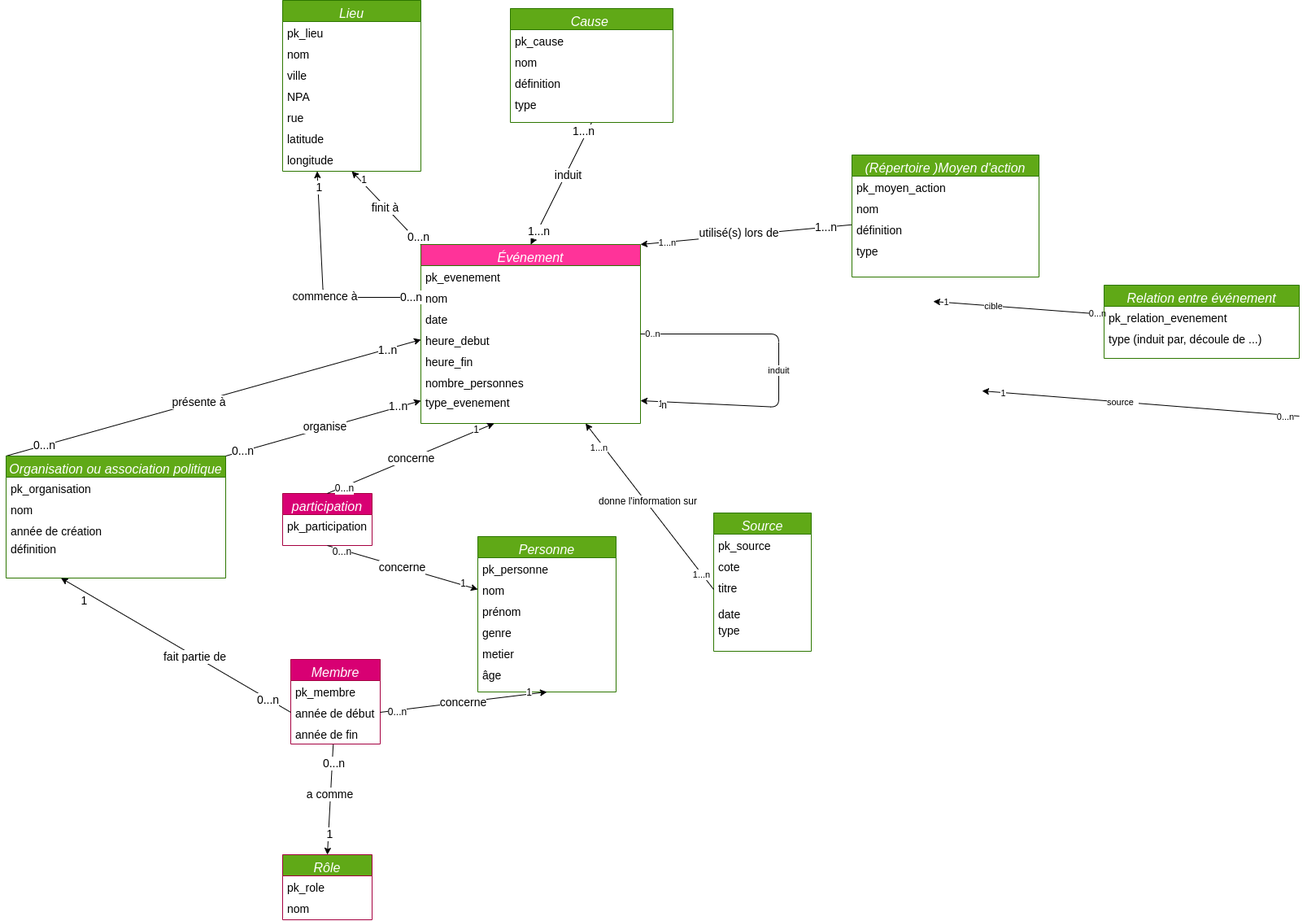
Before: MDC/MDC.png, a diagram exported from draw.io (AliaBrah/memoire_manifestations). Source tidied: cells renumbered, new cells last; positions are measured from the earlier drawing's top-left corner, leaving out a move shared by most shapes.
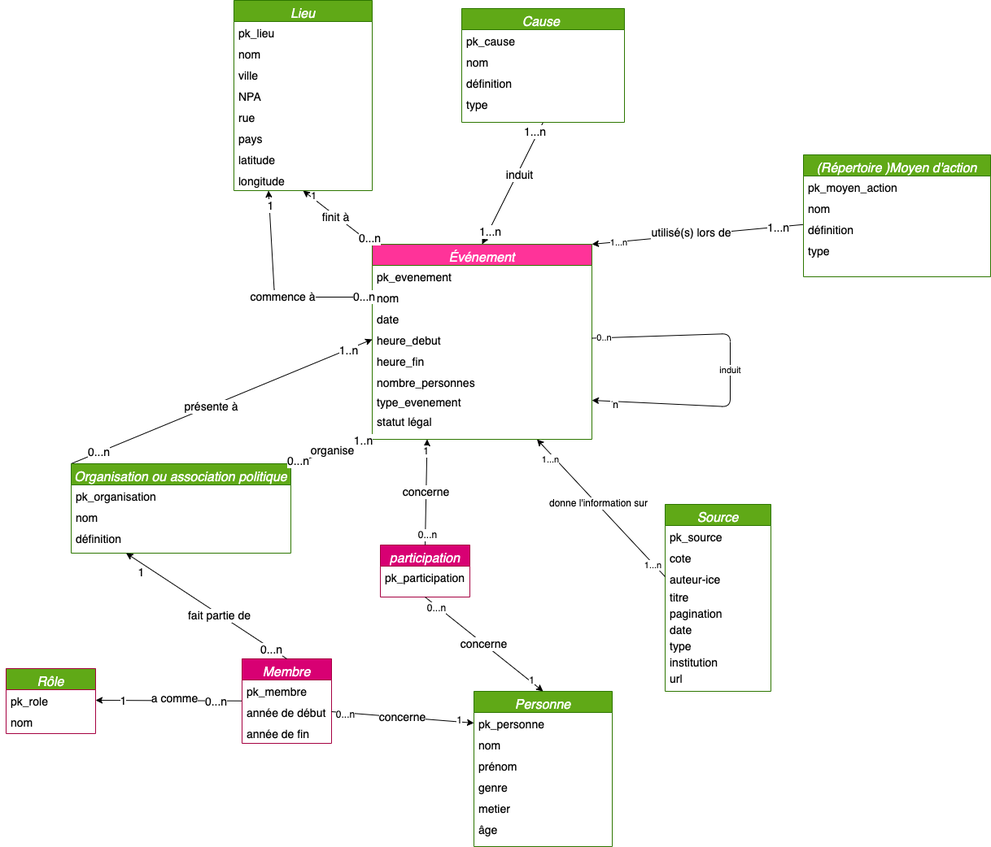
After the commit.

The edit, as a diff of the source:
```diff
@@ -3,7 +3,7 @@
     <mxCell id="0" />
     <mxCell id="1" parent="0" />
     <mxCell id="2" value="Événement" style="swimlane;fontStyle=2;align=center;verticalAlign=top;horizontal=1;startSize=26;rounded=0;shadow=0;strokeWidth=1;fillColor=#FF3399;fontColor=#ffffff;strokeColor=#2D7600;fontSize=16;" parent="1" vertex="1">
-      <mxGeometry x="510" y="300" width="270" height="220" as="geometry" />
+      <mxGeometry x="510" y="300" width="270" height="240" as="geometry" />
     </mxCell>
     <mxCell id="3" value="pk_evenement" style="text;align=left;verticalAlign=top;spacingLeft=4;spacingRight=4;overflow=hidden;fontSize=14;" parent="2" vertex="1">
       <mxGeometry y="26" width="270" height="26" as="geometry" />
@@ -46,6 +46,9 @@
     <mxCell id="14" value="&lt;font style=&quot;font-size: 12px;&quot;&gt;n&lt;/font&gt;" style="edgeLabel;html=1;align=center;verticalAlign=middle;" parent="10" vertex="1">
       <mxGeometry x="0.87" y="4" relative="1" as="geometry" />
     </mxCell>
+    <mxCell id="118" value="statut légal" style="text;align=left;verticalAlign=top;spacingLeft=4;spacingRight=4;overflow=hidden;fontSize=14;" parent="2" vertex="1">
+      <mxGeometry y="204" width="270" height="24" as="geometry" />
+    </mxCell>
     <mxCell id="15" value="&lt;font style=&quot;font-size: 14px;&quot;&gt;finit à&amp;nbsp;&lt;/font&gt;" style="edgeStyle=none;html=1;exitX=0;exitY=0;exitDx=0;exitDy=0;entryX=0.5;entryY=1;entryDx=0;entryDy=0;" parent="1" edge="1" source="2" target="22">
       <mxGeometry relative="1" as="geometry" />
     </mxCell>
@@ -76,7 +79,7 @@
       <mxGeometry x="0.86" y="-1" relative="1" as="geometry" />
     </mxCell>
     <mxCell id="22" value="Lieu" style="swimlane;fontStyle=2;align=center;verticalAlign=top;horizontal=1;startSize=26;rounded=0;shadow=0;strokeWidth=1;fillColor=#60a917;fontColor=#ffffff;strokeColor=#2D7600;fontSize=16;" parent="1" vertex="1">
-      <mxGeometry x="340" width="170" height="210" as="geometry" />
+      <mxGeometry x="340" width="170" height="234" as="geometry" />
     </mxCell>
     <mxCell id="23" value="pk_lieu" style="text;align=left;verticalAlign=top;spacingLeft=4;spacingRight=4;overflow=hidden;fontSize=14;" parent="22" vertex="1">
       <mxGeometry y="26" width="170" height="26" as="geometry" />
@@ -93,12 +96,15 @@
     <mxCell id="27" value="rue" style="text;align=left;verticalAlign=top;spacingLeft=4;spacingRight=4;overflow=hidden;fontSize=14;" parent="22" vertex="1">
       <mxGeometry y="130" width="170" height="26" as="geometry" />
     </mxCell>
-    <mxCell id="28" value="latitude" style="text;align=left;verticalAlign=top;spacingLeft=4;spacingRight=4;overflow=hidden;fontSize=14;" parent="22" vertex="1">
+    <mxCell id="28" value="pays" style="text;align=left;verticalAlign=top;spacingLeft=4;spacingRight=4;overflow=hidden;fontSize=14;" parent="22" vertex="1">
       <mxGeometry y="156" width="170" height="26" as="geometry" />
     </mxCell>
-    <mxCell id="29" value="longitude" style="text;align=left;verticalAlign=top;spacingLeft=4;spacingRight=4;overflow=hidden;fontSize=14;" parent="22" vertex="1">
+    <mxCell id="29" value="latitude" style="text;align=left;verticalAlign=top;spacingLeft=4;spacingRight=4;overflow=hidden;fontSize=14;" parent="22" vertex="1">
       <mxGeometry y="182" width="170" height="26" as="geometry" />
     </mxCell>
+    <mxCell id="119" value="longitude" style="text;align=left;verticalAlign=top;spacingLeft=4;spacingRight=4;overflow=hidden;fontSize=14;" parent="22" vertex="1">
+      <mxGeometry y="208" width="170" height="26" as="geometry" />
+    </mxCell>
     <mxCell id="30" style="edgeStyle=none;html=1;entryX=1;entryY=0;entryDx=0;entryDy=0;fontSize=14;" parent="1" edge="1" source="34" target="2">
       <mxGeometry relative="1" as="geometry" />
     </mxCell>
@@ -174,7 +180,7 @@
       <mxGeometry x="-0.07" relative="1" as="geometry" />
     </mxCell>
     <mxCell id="52" value="Organisation ou association politique" style="swimlane;fontStyle=2;align=center;verticalAlign=top;horizontal=1;startSize=26;rounded=0;shadow=0;strokeWidth=1;fillColor=#60a917;fontColor=#ffffff;strokeColor=#2D7600;fontSize=16;" parent="1" vertex="1">
-      <mxGeometry y="560" width="270" height="150" as="geometry" />
+      <mxGeometry x="140" y="570" width="270" height="110" as="geometry" />
     </mxCell>
     <mxCell id="53" value="pk_organisation" style="text;align=left;verticalAlign=top;spacingLeft=4;spacingRight=4;overflow=hidden;fontSize=14;" parent="52" vertex="1">
       <mxGeometry y="26" width="270" height="26" as="geometry" />
@@ -182,14 +188,11 @@
     <mxCell id="54" value="nom" style="text;align=left;verticalAlign=top;spacingLeft=4;spacingRight=4;overflow=hidden;rounded=0;shadow=0;html=0;fontSize=14;" parent="52" vertex="1">
       <mxGeometry y="52" width="270" height="26" as="geometry" />
     </mxCell>
-    <mxCell id="55" value="année de création" style="text;align=left;verticalAlign=top;spacingLeft=4;spacingRight=4;overflow=hidden;rounded=0;shadow=0;html=0;fontSize=14;" parent="52" vertex="1">
-      <mxGeometry y="78" width="270" height="22" as="geometry" />
-    </mxCell>
     <mxCell id="56" value="définition" style="text;align=left;verticalAlign=top;spacingLeft=4;spacingRight=4;overflow=hidden;rounded=0;shadow=0;html=0;fontSize=14;" parent="52" vertex="1">
-      <mxGeometry y="100" width="270" height="26" as="geometry" />
+      <mxGeometry y="78" width="270" height="26" as="geometry" />
     </mxCell>
     <mxCell id="57" value="Personne" style="swimlane;fontStyle=2;align=center;verticalAlign=top;horizontal=1;startSize=26;rounded=0;shadow=0;strokeWidth=1;fillColor=#60a917;fontColor=#ffffff;strokeColor=#2D7600;fontSize=16;" parent="1" vertex="1">
-      <mxGeometry x="580" y="659" width="170" height="191" as="geometry" />
+      <mxGeometry x="635" y="850" width="170" height="191" as="geometry" />
     </mxCell>
     <mxCell id="58" value="pk_personne" style="text;align=left;verticalAlign=top;spacingLeft=4;spacingRight=4;overflow=hidden;points=[[0,0.5],[1,0.5]];portConstraint=eastwest;fontSize=14;" parent="57" vertex="1">
       <mxGeometry y="26" width="170" height="26" as="geometry" />
@@ -209,7 +212,7 @@
     <mxCell id="63" value="âge" style="text;align=left;verticalAlign=top;spacingLeft=4;spacingRight=4;overflow=hidden;rounded=0;shadow=0;html=0;fontSize=14;" parent="57" vertex="1">
       <mxGeometry y="156" width="170" height="26" as="geometry" />
     </mxCell>
-    <mxCell id="64" style="edgeStyle=none;html=1;entryX=0.5;entryY=0;entryDx=0;entryDy=0;fontSize=14;" parent="1" edge="1" source="68" target="80">
+    <mxCell id="64" style="edgeStyle=none;html=1;entryX=1;entryY=0.5;entryDx=0;entryDy=0;fontSize=14;" parent="1" edge="1" source="68" target="81">
       <mxGeometry relative="1" as="geometry" />
     </mxCell>
     <mxCell id="65" value="0...n" style="edgeLabel;html=1;align=center;verticalAlign=middle;fontSize=14;" parent="64" vertex="1">
@@ -242,7 +245,7 @@
     <mxCell id="72" value="année de fin" style="text;align=left;verticalAlign=top;spacingLeft=4;spacingRight=4;overflow=hidden;rounded=0;shadow=0;html=0;fontSize=14;" parent="68" vertex="1">
       <mxGeometry y="78" width="110" height="26" as="geometry" />
     </mxCell>
-    <mxCell id="73" style="edgeStyle=none;html=1;exitX=0;exitY=0.5;exitDx=0;exitDy=0;fontSize=14;entryX=0.25;entryY=1;entryDx=0;entryDy=0;" parent="1" edge="1" source="70" target="52">
+    <mxCell id="73" style="edgeStyle=none;html=1;exitX=0.5;exitY=0;exitDx=0;exitDy=0;fontSize=14;entryX=0.25;entryY=1;entryDx=0;entryDy=0;" parent="1" edge="1" source="68" target="52">
       <mxGeometry relative="1" as="geometry" />
     </mxCell>
     <mxCell id="74" value="fait partie de" style="edgeLabel;html=1;align=center;verticalAlign=middle;fontSize=14;" parent="73" vertex="1">
@@ -256,7 +259,7 @@
     <mxCell id="76" value="0...n" style="edgeLabel;html=1;align=center;verticalAlign=middle;fontSize=14;" parent="73" vertex="1">
       <mxGeometry x="-0.8" y="1" relative="1" as="geometry" />
     </mxCell>
-    <mxCell id="77" value="concerne" style="edgeStyle=none;html=1;exitX=1;exitY=0.5;exitDx=0;exitDy=0;entryX=0.5;entryY=1;entryDx=0;entryDy=0;fontSize=14;" parent="1" edge="1" source="70" target="57">
+    <mxCell id="77" value="concerne" style="edgeStyle=none;html=1;exitX=1;exitY=0.5;exitDx=0;exitDy=0;entryX=0;entryY=0.5;entryDx=0;entryDy=0;fontSize=14;" parent="1" edge="1" source="70" target="58">
       <mxGeometry relative="1" as="geometry" />
     </mxCell>
     <mxCell id="78" value="1" style="edgeLabel;html=1;align=center;verticalAlign=middle;fontSize=12;" parent="77" vertex="1">
@@ -266,7 +269,7 @@
       <mxGeometry x="-0.81" y="-2" relative="1" as="geometry" />
     </mxCell>
     <mxCell id="80" value="Rôle" style="swimlane;fontStyle=2;align=center;verticalAlign=top;horizontal=1;startSize=26;rounded=0;shadow=0;strokeWidth=1;fillColor=#60A917;fontColor=#ffffff;strokeColor=#A50040;fontSize=16;" parent="1" vertex="1">
-      <mxGeometry x="340" y="1050" width="110" height="80" as="geometry" />
+      <mxGeometry x="60" y="822" width="110" height="80" as="geometry" />
     </mxCell>
     <mxCell id="81" value="pk_role" style="text;align=left;verticalAlign=top;spacingLeft=4;spacingRight=4;overflow=hidden;points=[[0,0.5],[1,0.5]];portConstraint=eastwest;fontSize=14;" parent="80" vertex="1">
       <mxGeometry y="26" width="110" height="26" as="geometry" />
@@ -278,23 +281,35 @@
       <mxGeometry relative="1" as="geometry" />
     </mxCell>
     <mxCell id="84" value="Source" style="swimlane;fontStyle=2;align=center;verticalAlign=top;horizontal=1;startSize=26;rounded=0;shadow=0;strokeWidth=1;fillColor=#60a917;fontColor=#ffffff;strokeColor=#2D7600;fontSize=16;" parent="1" vertex="1">
-      <mxGeometry x="870" y="630" width="120" height="170" as="geometry" />
+      <mxGeometry x="870" y="620" width="130" height="230" as="geometry" />
     </mxCell>
     <mxCell id="85" value="pk_source" style="text;align=left;verticalAlign=top;spacingLeft=4;spacingRight=4;overflow=hidden;rounded=0;shadow=0;html=0;fontSize=14;" parent="84" vertex="1">
-      <mxGeometry y="26" width="120" height="26" as="geometry" />
+      <mxGeometry y="26" width="130" height="26" as="geometry" />
     </mxCell>
     <mxCell id="86" value="cote" style="text;align=left;verticalAlign=top;spacingLeft=4;spacingRight=4;overflow=hidden;fontSize=14;" parent="84" vertex="1">
-      <mxGeometry y="52" width="120" height="26" as="geometry" />
+      <mxGeometry y="52" width="130" height="26" as="geometry" />
     </mxCell>
-    <mxCell id="87" value="titre" style="text;align=left;verticalAlign=top;spacingLeft=4;spacingRight=4;overflow=hidden;points=[[0,0.5],[1,0.5]];portConstraint=eastwest;fontSize=14;" parent="84" vertex="1">
-      <mxGeometry y="78" width="120" height="32" as="geometry" />
+    <mxCell id="87" value="auteur-ice" style="text;align=left;verticalAlign=top;spacingLeft=4;spacingRight=4;overflow=hidden;points=[[0,0.5],[1,0.5]];portConstraint=eastwest;fontSize=14;" parent="84" vertex="1">
+      <mxGeometry y="78" width="130" height="22" as="geometry" />
     </mxCell>
+    <mxCell id="120" value="titre" style="text;align=left;verticalAlign=top;spacingLeft=4;spacingRight=4;overflow=hidden;fontSize=14;" parent="84" vertex="1">
+      <mxGeometry y="100" width="130" height="20" as="geometry" />
+    </mxCell>
+    <mxCell id="89" value="pagination" style="text;align=left;verticalAlign=top;spacingLeft=4;spacingRight=4;overflow=hidden;fontSize=14;" parent="84" vertex="1">
+      <mxGeometry y="120" width="130" height="20" as="geometry" />
+    </mxCell>
     <mxCell id="88" value="date" style="text;align=left;verticalAlign=top;spacingLeft=4;spacingRight=4;overflow=hidden;fontSize=14;" parent="84" vertex="1">
-      <mxGeometry y="110" width="120" height="20" as="geometry" />
+      <mxGeometry y="140" width="130" height="20" as="geometry" />
     </mxCell>
-    <mxCell id="89" value="type" style="text;align=left;verticalAlign=top;spacingLeft=4;spacingRight=4;overflow=hidden;fontSize=14;" parent="84" vertex="1">
-      <mxGeometry y="130" width="120" height="20" as="geometry" />
-    </mxCell>
+    <mxCell id="121" value="type" style="text;align=left;verticalAlign=top;spacingLeft=4;spacingRight=4;overflow=hidden;fontSize=14;" parent="84" vertex="1">
+      <mxGeometry y="160" width="130" height="20" as="geometry" />
+    </mxCell>
+    <mxCell id="122" value="institution" style="text;align=left;verticalAlign=top;spacingLeft=4;spacingRight=4;overflow=hidden;fontSize=14;" parent="84" vertex="1">
+      <mxGeometry y="180" width="130" height="20" as="geometry" />
+    </mxCell>
+    <mxCell id="123" value="url" style="text;align=left;verticalAlign=top;spacingLeft=4;spacingRight=4;overflow=hidden;fontSize=14;" parent="84" vertex="1">
+      <mxGeometry y="200" width="130" height="20" as="geometry" />
+    </mxCell>
     <mxCell id="90" style="edgeStyle=none;html=1;entryX=0.75;entryY=1;entryDx=0;entryDy=0;exitX=0;exitY=0.5;exitDx=0;exitDy=0;" parent="1" edge="1" source="87" target="2">
       <mxGeometry relative="1" as="geometry" />
     </mxCell>
@@ -311,46 +326,8 @@
         <mxPoint x="1" as="offset" />
       </mxGeometry>
     </mxCell>
-    <mxCell id="94" style="edgeStyle=none;html=1;" parent="1" edge="1" source="98">
-      <mxGeometry relative="1" as="geometry">
-        <mxPoint x="1140" y="370" as="targetPoint" />
-      </mxGeometry>
-    </mxCell>
-    <mxCell id="95" value="cible" style="edgeLabel;html=1;align=center;verticalAlign=middle;" parent="94" vertex="1">
-      <mxGeometry x="0.3" relative="1" as="geometry" />
-    </mxCell>
-    <mxCell id="96" value="0...n" style="edgeLabel;html=1;align=center;verticalAlign=middle;" parent="94" vertex="1">
-      <mxGeometry x="-0.92" y="-1" relative="1" as="geometry" />
-    </mxCell>
-    <mxCell id="97" value="1" style="edgeLabel;html=1;align=center;verticalAlign=middle;" parent="94" vertex="1">
-      <mxGeometry x="0.86" y="-1" relative="1" as="geometry" />
-    </mxCell>
-    <mxCell id="98" value="Relation entre événement" style="swimlane;fontStyle=2;align=center;verticalAlign=top;horizontal=1;startSize=26;rounded=0;shadow=0;strokeWidth=1;fillColor=#60a917;fontColor=#ffffff;strokeColor=#2D7600;fontSize=16;" parent="1" vertex="1">
-      <mxGeometry x="1350" y="350" width="240" height="90" as="geometry" />
-    </mxCell>
-    <mxCell id="99" value="pk_relation_evenement" style="text;align=left;verticalAlign=top;spacingLeft=4;spacingRight=4;overflow=hidden;fontSize=14;" parent="98" vertex="1">
-      <mxGeometry y="26" width="240" height="26" as="geometry" />
-    </mxCell>
-    <mxCell id="100" value="type (induit par, découle de ...)" style="text;align=left;verticalAlign=top;spacingLeft=4;spacingRight=4;overflow=hidden;fontSize=14;" parent="98" vertex="1">
-      <mxGeometry y="52" width="240" height="26" as="geometry" />
-    </mxCell>
-    <mxCell id="101" style="edgeStyle=none;html=1;" parent="1" edge="1">
-      <mxGeometry relative="1" as="geometry">
-        <mxPoint x="1590" y="511" as="sourcePoint" />
-        <mxPoint x="1200" y="480" as="targetPoint" />
-      </mxGeometry>
-    </mxCell>
-    <mxCell id="102" value="source&amp;nbsp;&amp;nbsp;" style="edgeLabel;html=1;align=center;verticalAlign=middle;" parent="101" vertex="1">
-      <mxGeometry x="0.12" relative="1" as="geometry" />
-    </mxCell>
-    <mxCell id="103" value="0...n" style="edgeLabel;html=1;align=center;verticalAlign=middle;" parent="101" vertex="1">
-      <mxGeometry x="-0.91" y="2" relative="1" as="geometry" />
-    </mxCell>
-    <mxCell id="104" value="1" style="edgeLabel;html=1;align=center;verticalAlign=middle;" parent="101" vertex="1">
-      <mxGeometry x="0.87" relative="1" as="geometry" />
-    </mxCell>
     <mxCell id="105" value="participation" style="swimlane;fontStyle=2;align=center;verticalAlign=top;horizontal=1;startSize=26;rounded=0;shadow=0;strokeWidth=1;fillColor=#d80073;fontColor=#ffffff;strokeColor=#A50040;fontSize=16;" parent="1" vertex="1">
-      <mxGeometry x="340" y="606" width="110" height="64" as="geometry" />
+      <mxGeometry x="520" y="670" width="110" height="64" as="geometry" />
     </mxCell>
     <mxCell id="106" value="pk_participation" style="text;align=left;verticalAlign=top;spacingLeft=4;spacingRight=4;overflow=hidden;fontSize=14;" parent="105" vertex="1">
       <mxGeometry y="26" width="110" height="26" as="geometry" />
@@ -361,7 +338,7 @@
         <mxPoint y="65.4" as="targetPoint" />
       </mxGeometry>
     </mxCell>
-    <mxCell id="108" value="concerne" style="edgeStyle=none;html=1;exitX=0.5;exitY=1;exitDx=0;exitDy=0;entryX=0;entryY=0.5;entryDx=0;entryDy=0;fontSize=14;" parent="1" edge="1" source="105" target="59">
+    <mxCell id="108" value="concerne" style="edgeStyle=none;html=1;exitX=0.5;exitY=1;exitDx=0;exitDy=0;entryX=0.5;entryY=0;entryDx=0;entryDy=0;fontSize=14;" parent="1" edge="1" source="105" target="57">
       <mxGeometry relative="1" as="geometry" />
     </mxCell>
     <mxCell id="109" value="1" style="edgeLabel;html=1;align=center;verticalAlign=middle;fontSize=12;" parent="108" vertex="1">
@@ -370,10 +347,8 @@
     <mxCell id="110" value="0...n" style="edgeLabel;html=1;align=center;verticalAlign=middle;fontSize=12;" parent="108" vertex="1">
       <mxGeometry x="-0.81" y="-2" relative="1" as="geometry" />
     </mxCell>
-    <mxCell id="111" value="concerne" style="edgeStyle=none;html=1;exitX=0.5;exitY=0;exitDx=0;exitDy=0;fontSize=14;" parent="1" edge="1" source="105">
-      <mxGeometry relative="1" as="geometry">
-        <mxPoint x="600" y="520" as="targetPoint" />
-      </mxGeometry>
+    <mxCell id="111" value="concerne" style="edgeStyle=none;html=1;exitX=0.5;exitY=0;exitDx=0;exitDy=0;fontSize=14;entryX=0.25;entryY=1;entryDx=0;entryDy=0;" parent="1" edge="1" source="105" target="2">
+      <mxGeometry relative="1" as="geometry" />
     </mxCell>
     <mxCell id="112" value="1" style="edgeLabel;html=1;align=center;verticalAlign=middle;fontSize=12;" parent="111" vertex="1">
       <mxGeometry x="0.79" y="2" relative="1" as="geometry" />
@@ -381,7 +356,7 @@
     <mxCell id="113" value="0...n" style="edgeLabel;html=1;align=center;verticalAlign=middle;fontSize=12;" parent="111" vertex="1">
       <mxGeometry x="-0.81" y="-2" relative="1" as="geometry" />
     </mxCell>
-    <mxCell id="114" style="edgeStyle=none;html=1;exitX=1;exitY=0;exitDx=0;exitDy=0;fontSize=14;entryX=0;entryY=0.5;entryDx=0;entryDy=0;" parent="1" edge="1" source="52" target="9">
+    <mxCell id="114" style="edgeStyle=none;html=1;exitX=1;exitY=0;exitDx=0;exitDy=0;fontSize=14;entryX=0;entryY=1;entryDx=0;entryDy=0;" parent="1" edge="1" source="52" target="2">
       <mxGeometry relative="1" as="geometry" />
     </mxCell>
     <mxCell id="115" value="0...n" style="edgeLabel;html=1;align=center;verticalAlign=middle;fontSize=14;" parent="114" vertex="1">
```
